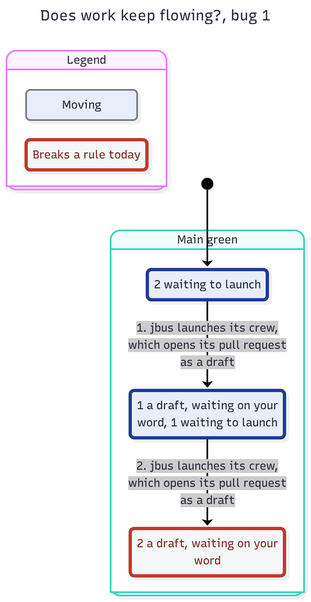
JoshuaHayesWasHere/jstack keeps this Mermaid diagram as features/jmerge/spec/FlowToday-statechart/bug-1.png. Above is the earlier version. Its source is kept beside it as features/jmerge/spec/FlowToday-statechart/bug-1.mmd.
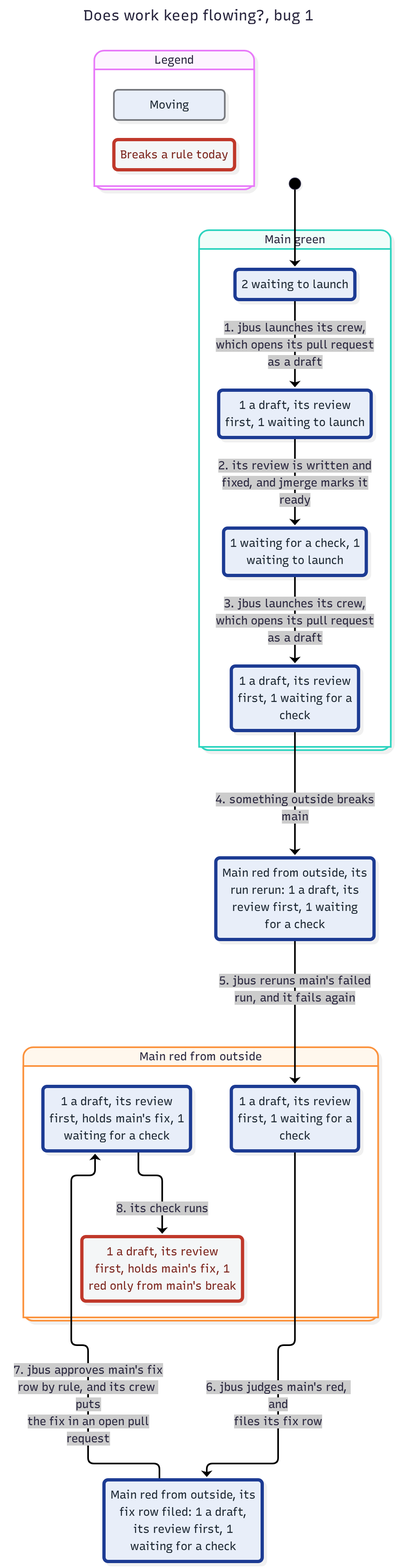
After the commit.

Change to the diagram source:
```diff
@@ -16,13 +16,33 @@
   class legendGroup1 group1
   class legendWrong plainWrong
   state "Main green" as g0 {
-    state "1 a draft, waiting on your<br/>word, 1 waiting to launch" as s0
-    state "2 a draft, waiting on your<br/>word" as s1
-    state "2 waiting to launch" as s2
+    state "1 a draft, its review<br/>first, 1 waiting for a<br/>check" as s0
+    state "1 a draft, its review<br/>first, 1 waiting to launch" as s1
+    state "1 waiting for a check, 1<br/>waiting to launch" as s2
+    state "2 waiting to launch" as s3
   }
-  [*] --> s2
-  s2 --> s0 : 1. jbus launches its crew,<br/>which opens its pull request<br/>as a draft
-  s0 --> s1 : 2. jbus launches its crew,<br/>which opens its pull request<br/>as a draft
+  state "Main red from outside" as g1 {
+    state "1 a draft, its review<br/>first, 1 waiting for a<br/>check" as s4
+    state "1 a draft, its review<br/>first, holds main's fix, 1<br/>red only from main's break" as s5
+    state "1 a draft, its review<br/>first, holds main's fix, 1<br/>waiting for a check" as s6
+  }
+  state "Main red from outside, its<br/>fix row filed: 1 a draft,<br/>its review first, 1<br/>waiting for a check" as s7
+  state "Main red from outside, its<br/>run rerun: 1 a draft, its<br/>review first, 1 waiting<br/>for a check" as s8
+  [*] --> s3
+  s3 --> s1 : 1. jbus launches its crew,<br/>which opens its pull request<br/>as a draft
+  s1 --> s2 : 2. its review is written and<br/>fixed, and jmerge marks it<br/>ready
+  s2 --> s0 : 3. jbus launches its crew,<br/>which opens its pull request<br/>as a draft
+  s0 --> s8 : 4. something outside breaks<br/>main
+  s8 --> s4 : 5. jbus reruns main's failed<br/>run, and it fails again
+  s4 --> s7 : 6. jbus judges main's red, and<br/>files its fix row
+  s7 --> s6 : 7. jbus approves main's fix<br/>row by rule, and its crew puts<br/>the fix in an open pull<br/>request
+  s6 --> s5 : 8. its check runs
   class s0 group1Path
-  class s1 plainWrong
+  class s1 group1Path
   class s2 group1Path
+  class s3 group1Path
+  class s7 group1Path
+  class s8 group1Path
+  class s4 group1Path
+  class s5 plainWrong
+  class s6 group1Path
```
